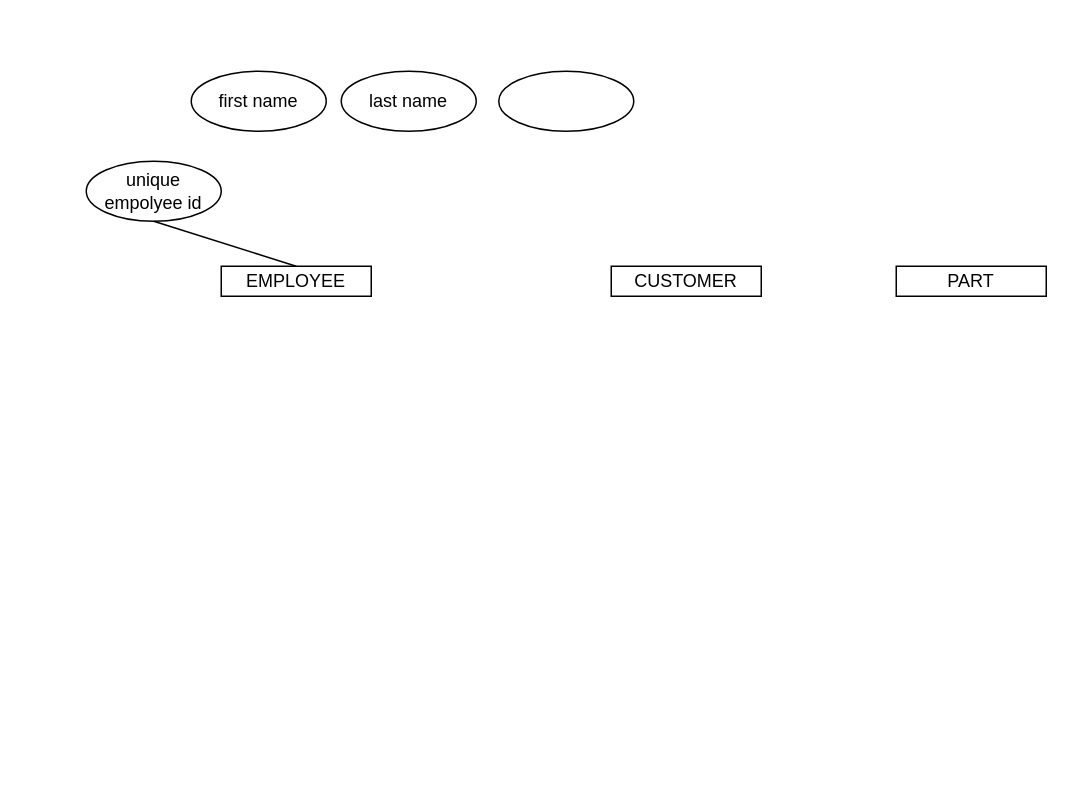
Earlier version of the draw.io diagram lab3.drawio (ale8ander/ale8ander). Source tidied: cells renumbered, new cells numbered last; positions are measured from the earlier drawing's top-left corner, leaving out a move shared by most shapes. Both pictures are drawn from the tidied source at 150%, with x=0, y=0 at pixel (86, 70).
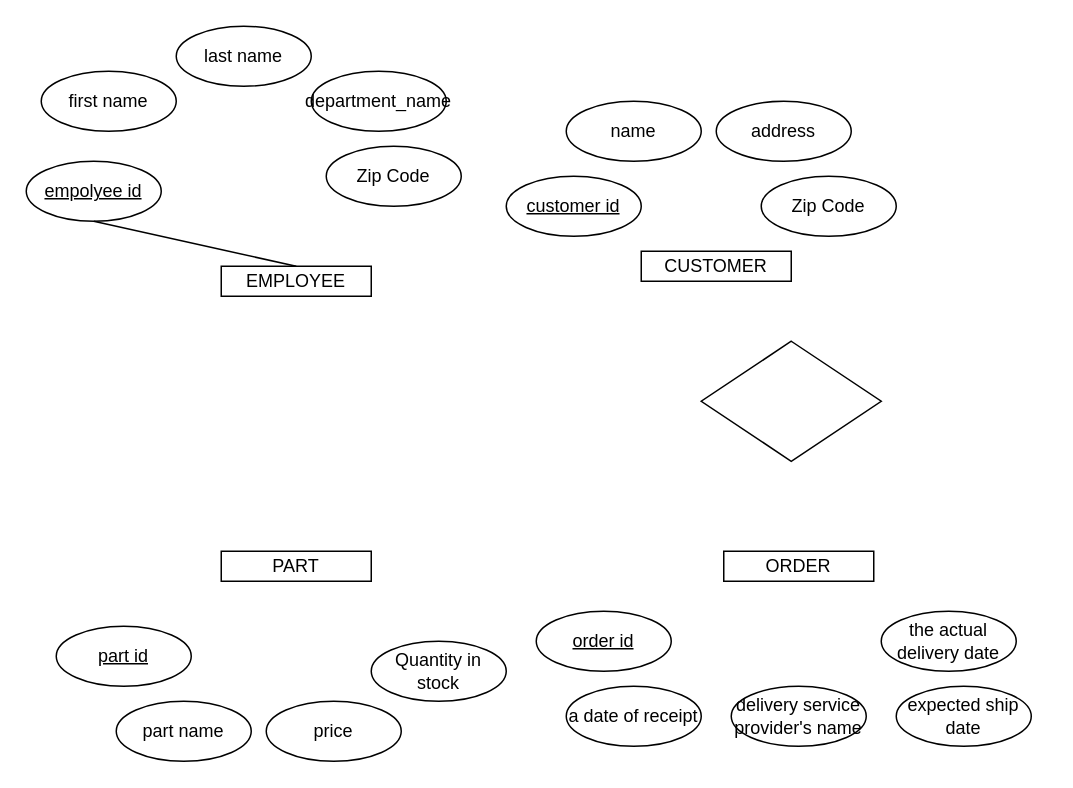
After the change.

Change to the diagram source:
```diff
@@
-    <mxCell id="3" value="unique empolyee id" style="ellipse;whiteSpace=wrap;html=1;" parent="1" vertex="1">
-      <mxGeometry y="60" width="90" height="40" as="geometry" />
+    <mxCell id="3" value="&lt;u&gt;empolyee id&lt;/u&gt;" style="ellipse;whiteSpace=wrap;html=1;" parent="1" vertex="1">
+      <mxGeometry x="-40" y="60" width="90" height="40" as="geometry" />
     </mxCell>
@@
     <mxCell id="5" value="PART" style="rounded=0;whiteSpace=wrap;html=1;" parent="1" vertex="1">
-      <mxGeometry x="540" y="130" width="100" height="20" as="geometry" />
+      <mxGeometry x="90" y="320" width="100" height="20" as="geometry" />
     </mxCell>
     <mxCell id="6" value="CUSTOMER" style="rounded=0;whiteSpace=wrap;html=1;" parent="1" vertex="1">
-      <mxGeometry x="350" y="130" width="100" height="20" as="geometry" />
+      <mxGeometry x="370" y="120" width="100" height="20" as="geometry" />
     </mxCell>
     <mxCell id="7" value="first name" style="ellipse;whiteSpace=wrap;html=1;" parent="1" vertex="1">
-      <mxGeometry x="70" width="90" height="40" as="geometry" />
+      <mxGeometry x="-30" width="90" height="40" as="geometry" />
     </mxCell>
     <mxCell id="8" value="last name" style="ellipse;whiteSpace=wrap;html=1;" parent="1" vertex="1">
-      <mxGeometry x="170" width="90" height="40" as="geometry" />
+      <mxGeometry x="60" y="-30" width="90" height="40" as="geometry" />
     </mxCell>
-    <mxCell id="9" style="ellipse;whiteSpace=wrap;html=1;" parent="1" vertex="1">
-      <mxGeometry x="275" width="90" height="40" as="geometry" />
+    <mxCell id="9" value="department_name" style="ellipse;whiteSpace=wrap;html=1;" parent="1" vertex="1">
+      <mxGeometry x="150" width="90" height="40" as="geometry" />
     </mxCell>
+    <mxCell id="10" value="Zip Code" style="ellipse;whiteSpace=wrap;html=1;" parent="1" vertex="1">
+      <mxGeometry x="160" y="50" width="90" height="40" as="geometry" />
+    </mxCell>
+    <mxCell id="11" value="&lt;u&gt;customer id&lt;/u&gt;" style="ellipse;whiteSpace=wrap;html=1;" parent="1" vertex="1">
+      <mxGeometry x="280" y="70" width="90" height="40" as="geometry" />
+    </mxCell>
+    <mxCell id="12" value="name" style="ellipse;whiteSpace=wrap;html=1;" parent="1" vertex="1">
+      <mxGeometry x="320" y="20" width="90" height="40" as="geometry" />
+    </mxCell>
+    <mxCell id="13" value="address" style="ellipse;whiteSpace=wrap;html=1;" parent="1" vertex="1">
+      <mxGeometry x="420" y="20" width="90" height="40" as="geometry" />
+    </mxCell>
+    <mxCell id="14" value="Zip Code" style="ellipse;whiteSpace=wrap;html=1;" parent="1" vertex="1">
+      <mxGeometry x="450" y="70" width="90" height="40" as="geometry" />
+    </mxCell>
+    <mxCell id="15" value="&lt;u&gt;part id&lt;/u&gt;" style="ellipse;whiteSpace=wrap;html=1;" parent="1" vertex="1">
+      <mxGeometry x="-20" y="370" width="90" height="40" as="geometry" />
+    </mxCell>
+    <mxCell id="16" value="part name" style="ellipse;whiteSpace=wrap;html=1;" parent="1" vertex="1">
+      <mxGeometry x="20" y="420" width="90" height="40" as="geometry" />
+    </mxCell>
+    <mxCell id="17" value="price" style="ellipse;whiteSpace=wrap;html=1;" parent="1" vertex="1">
+      <mxGeometry x="120" y="420" width="90" height="40" as="geometry" />
+    </mxCell>
+    <mxCell id="18" value="Quantity in stock" style="ellipse;whiteSpace=wrap;html=1;" parent="1" vertex="1">
+      <mxGeometry x="190" y="380" width="90" height="40" as="geometry" />
+    </mxCell>
+    <mxCell id="19" value="ORDER" style="rounded=0;whiteSpace=wrap;html=1;" parent="1" vertex="1">
+      <mxGeometry x="425" y="320" width="100" height="20" as="geometry" />
+    </mxCell>
+    <mxCell id="20" value="&lt;u&gt;order id&lt;/u&gt;" style="ellipse;whiteSpace=wrap;html=1;" parent="1" vertex="1">
+      <mxGeometry x="300" y="360" width="90" height="40" as="geometry" />
+    </mxCell>
+    <mxCell id="21" value="a date of receipt" style="ellipse;whiteSpace=wrap;html=1;" parent="1" vertex="1">
+      <mxGeometry x="320" y="410" width="90" height="40" as="geometry" />
+    </mxCell>
+    <mxCell id="22" value="delivery service provider's name" style="ellipse;whiteSpace=wrap;html=1;" parent="1" vertex="1">
+      <mxGeometry x="430" y="410" width="90" height="40" as="geometry" />
+    </mxCell>
+    <mxCell id="23" value="expected ship date" style="ellipse;whiteSpace=wrap;html=1;" parent="1" vertex="1">
+      <mxGeometry x="540" y="410" width="90" height="40" as="geometry" />
+    </mxCell>
+    <mxCell id="24" value="the actual delivery date" style="ellipse;whiteSpace=wrap;html=1;" parent="1" vertex="1">
+      <mxGeometry x="530" y="360" width="90" height="40" as="geometry" />
+    </mxCell>
+    <mxCell id="25" style="rhombus;whiteSpace=wrap;html=1;" parent="1" vertex="1">
+      <mxGeometry x="410" y="180" width="120" height="80" as="geometry" />
+    </mxCell>
```
